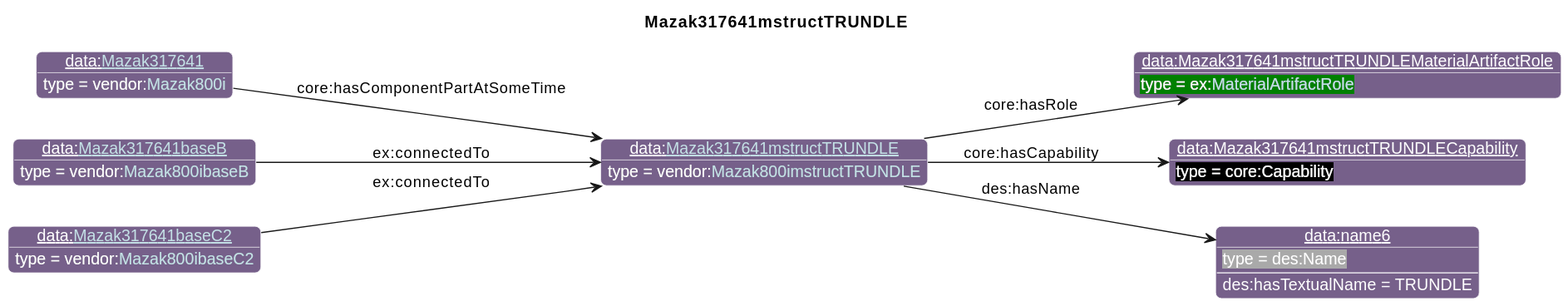
Above: diagrams/Mazak317641mstructTRUNDLE.svg in iofoundry/example-syseng-mtconnect (PlantUML), before the change.
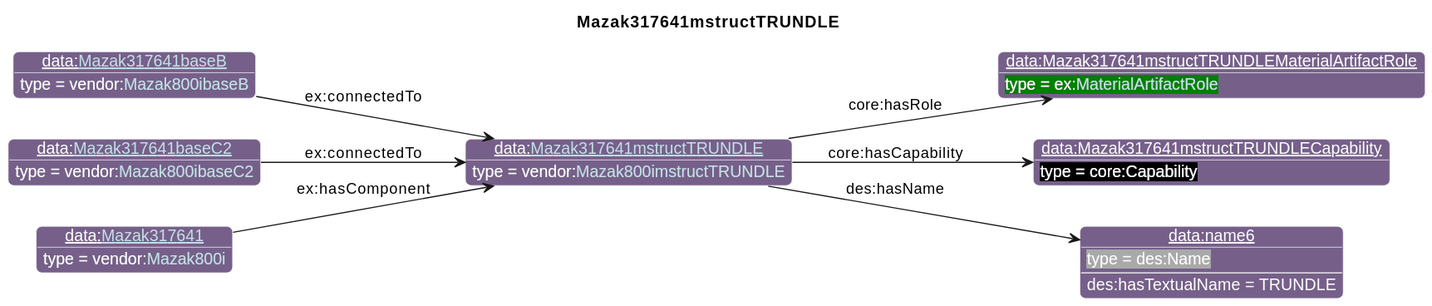
Above is the later version.

The edit, as a diff of the source:
```diff
@@ -29,14 +29,14 @@
 individual(o1, data:Mazak317641mstructTRUNDLEMaterialArtifactRole, ex:[[../Example.html#MaterialArtifactRole MaterialArtifactRole]])
 individual(o2, data:Mazak317641mstructTRUNDLECapability, core:Capability)
 individual(o3, data:name6, des:Name)
-individual(o4, data:[[./Mazak317641.html Mazak317641]], vendor:[[../Mazak.html#Mazak800i Mazak800i]])
-individual(o5, data:[[./Mazak317641baseB.html Mazak317641baseB]], vendor:[[../Mazak.html#Mazak800ibaseB Mazak800ibaseB]])
-individual(o6, data:[[./Mazak317641baseC2.html Mazak317641baseC2]], vendor:[[../Mazak.html#Mazak800ibaseC2 Mazak800ibaseC2]])
+individual(o4, data:[[./Mazak317641baseB.html Mazak317641baseB]], vendor:[[../Mazak.html#Mazak800ibaseB Mazak800ibaseB]])
+individual(o5, data:[[./Mazak317641baseC2.html Mazak317641baseC2]], vendor:[[../Mazak.html#Mazak800ibaseC2 Mazak800ibaseC2]])
+individual(o6, data:[[./Mazak317641.html Mazak317641]], vendor:[[../Mazak.html#Mazak800i Mazak800i]])
 property(o0, "core:hasRole", o1)
 property(o0, "core:hasCapability", o2)
 property(o0, "des:hasName", o3)
 data(o3, "des:hasTextualName", "TRUNDLE")
-property(o4, "core:hasComponentPartAtSomeTime", o0)
+property(o4, "ex:connectedTo", o0)
 property(o5, "ex:connectedTo", o0)
-property(o6, "ex:connectedTo", o0)
+property(o6, "ex:hasComponent", o0)
 @enduml
```
